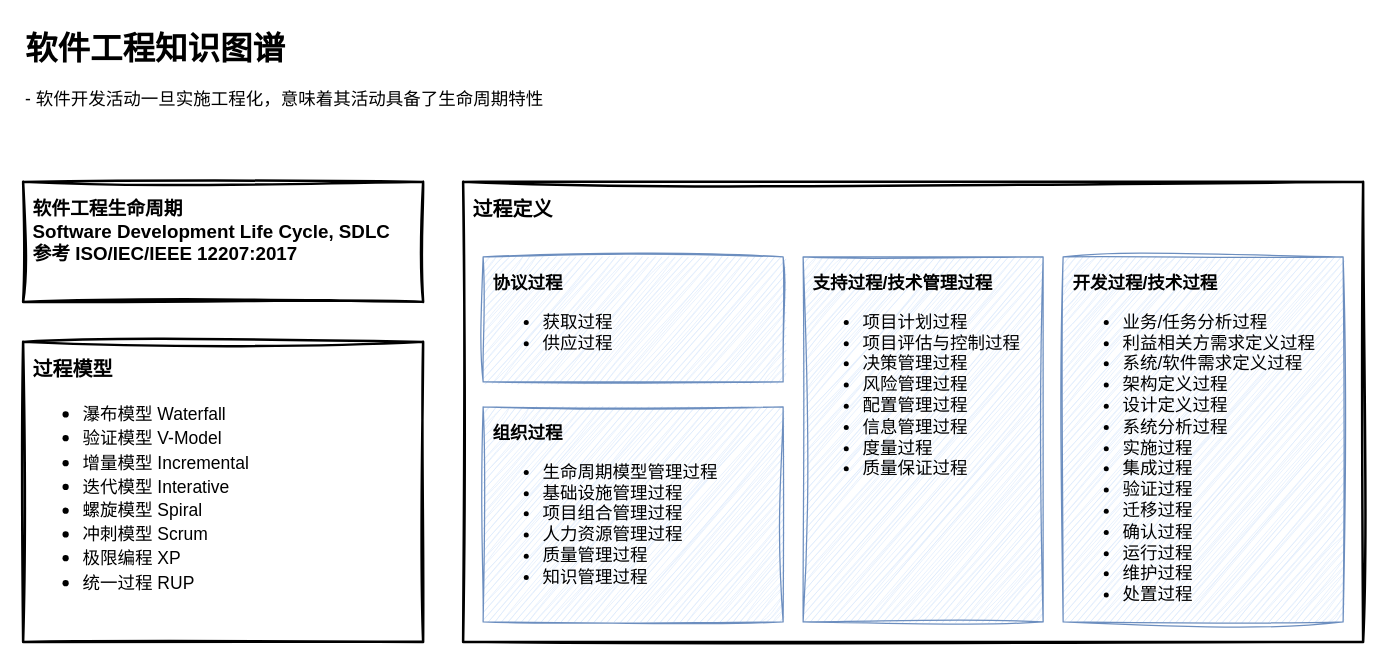
Above: page "202504301637" (3 of 5) of archive/202503141905.drawio in deathknight0718/foliage-note (draw.io), before the change. Source tidied: cells renumbered, new cells numbered last; positions are measured from the earlier drawing's top-left corner, leaving out a move shared by most shapes. Both pictures are drawn from the tidied source at 125%, with x=0, y=0 at pixel (22, 21).
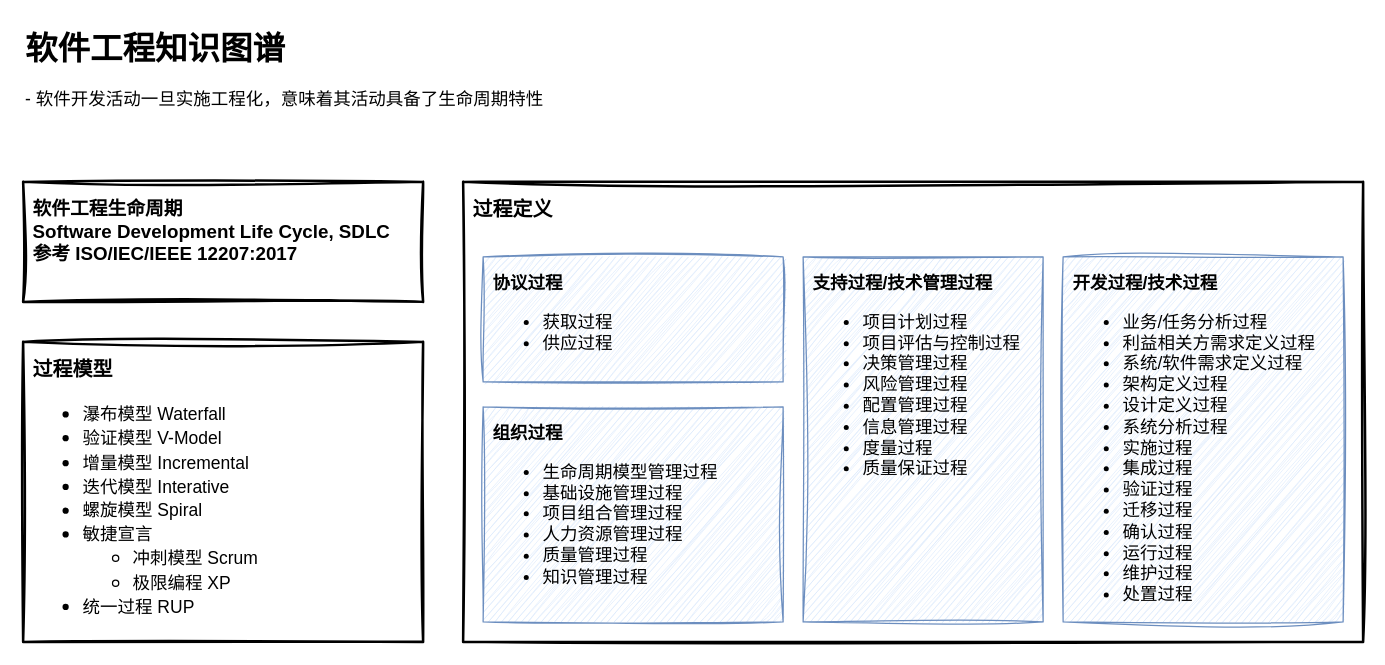
Above is the later version.

What changed in the source:
```diff
@@
 <mxGraphModel>
   <root>
     <mxCell id="0" />
     <mxCell id="1" parent="0" />
     <mxCell id="2" value="&lt;h1 style=&quot;margin-top: 0px;&quot;&gt;&lt;font style=&quot;font-size: 26px;&quot;&gt;软件工程知识图谱&lt;/font&gt;&lt;/h1&gt;&lt;p&gt;&lt;font style=&quot;font-size: 14px;&quot;&gt;- 软件开发活动一旦实施工程化，意味着其活动具备了生命周期特性&lt;/font&gt;&lt;/p&gt;" style="text;html=1;whiteSpace=wrap;overflow=hidden;rounded=0;fontFamily=Yozai;" parent="1" vertex="1">
       <mxGeometry width="576" height="96" as="geometry" />
     </mxCell>
     <mxCell id="3" value="软件工程生命周期&lt;div&gt;Software Development Life Cycle, SDLC&lt;br&gt;&lt;/div&gt;&lt;div&gt;参考 ISO/IEC/IEEE 12207:2017&lt;/div&gt;" style="rounded=0;whiteSpace=wrap;html=1;sketch=1;hachureGap=4;jiggle=2;curveFitting=1;fontFamily=Yozai;fontStyle=1;fontSize=15;spacing=8;strokeWidth=2;verticalAlign=top;align=left;" parent="1" vertex="1">
       <mxGeometry y="128" width="320" height="96" as="geometry" />
     </mxCell>
-    <mxCell id="4" value="过程模型&lt;div&gt;&lt;ul&gt;&lt;li&gt;&lt;span style=&quot;font-weight: normal;&quot;&gt;&lt;font style=&quot;font-size: 14px;&quot;&gt;瀑布模型 Waterfall&lt;/font&gt;&lt;/span&gt;&lt;/li&gt;&lt;li&gt;&lt;span style=&quot;font-weight: normal;&quot;&gt;&lt;font style=&quot;font-size: 14px;&quot;&gt;验证模型 V-Model&lt;/font&gt;&lt;/span&gt;&lt;/li&gt;&lt;li&gt;&lt;span style=&quot;font-weight: normal;&quot;&gt;&lt;font style=&quot;font-size: 14px;&quot;&gt;增量模型 Incremental&lt;/font&gt;&lt;/span&gt;&lt;/li&gt;&lt;li&gt;&lt;span style=&quot;font-weight: normal;&quot;&gt;&lt;font style=&quot;font-size: 14px;&quot;&gt;迭代模型 Interative&lt;/font&gt;&lt;/span&gt;&lt;/li&gt;&lt;li&gt;&lt;span style=&quot;font-weight: normal;&quot;&gt;&lt;font style=&quot;font-size: 14px;&quot;&gt;螺旋模型 Spiral&lt;/font&gt;&lt;/span&gt;&lt;/li&gt;&lt;li&gt;&lt;span style=&quot;font-weight: normal;&quot;&gt;&lt;font style=&quot;font-size: 14px;&quot;&gt;冲刺模型 Scrum&lt;/font&gt;&lt;/span&gt;&lt;/li&gt;&lt;li&gt;&lt;span style=&quot;font-weight: normal;&quot;&gt;&lt;font style=&quot;font-size: 14px;&quot;&gt;极限编程 XP&lt;/font&gt;&lt;/span&gt;&lt;/li&gt;&lt;li&gt;&lt;span style=&quot;font-weight: normal;&quot;&gt;&lt;font style=&quot;font-size: 14px;&quot;&gt;统一过程 RUP&lt;/font&gt;&lt;/span&gt;&lt;/li&gt;&lt;/ul&gt;&lt;/div&gt;" style="rounded=0;whiteSpace=wrap;html=1;sketch=1;hachureGap=4;jiggle=2;curveFitting=1;fontFamily=Yozai;fontStyle=1;fontSize=16;spacing=8;align=left;verticalAlign=top;strokeWidth=2;" parent="1" vertex="1">
+    <mxCell id="4" value="过程模型&lt;div&gt;&lt;ul&gt;&lt;li&gt;&lt;span style=&quot;font-weight: normal;&quot;&gt;&lt;font style=&quot;font-size: 14px;&quot;&gt;瀑布模型 Waterfall&lt;/font&gt;&lt;/span&gt;&lt;/li&gt;&lt;li&gt;&lt;span style=&quot;font-weight: normal;&quot;&gt;&lt;font style=&quot;font-size: 14px;&quot;&gt;验证模型 V-Model&lt;/font&gt;&lt;/span&gt;&lt;/li&gt;&lt;li&gt;&lt;span style=&quot;font-weight: normal;&quot;&gt;&lt;font style=&quot;font-size: 14px;&quot;&gt;增量模型 Incremental&lt;/font&gt;&lt;/span&gt;&lt;/li&gt;&lt;li&gt;&lt;span style=&quot;font-weight: normal;&quot;&gt;&lt;font style=&quot;font-size: 14px;&quot;&gt;迭代模型 Interative&lt;/font&gt;&lt;/span&gt;&lt;/li&gt;&lt;li&gt;&lt;span style=&quot;font-weight: normal;&quot;&gt;&lt;font style=&quot;font-size: 14px;&quot;&gt;螺旋模型 Spiral&lt;/font&gt;&lt;/span&gt;&lt;/li&gt;&lt;li&gt;&lt;span style=&quot;font-weight: normal;&quot;&gt;&lt;font style=&quot;font-size: 14px;&quot;&gt;敏捷宣言&lt;/font&gt;&lt;/span&gt;&lt;/li&gt;&lt;ul&gt;&lt;li&gt;&lt;span style=&quot;font-weight: normal;&quot;&gt;&lt;font style=&quot;font-size: 14px;&quot;&gt;冲刺模型 Scrum&lt;/font&gt;&lt;/span&gt;&lt;/li&gt;&lt;li&gt;&lt;span style=&quot;font-weight: normal;&quot;&gt;&lt;font style=&quot;font-size: 14px;&quot;&gt;极限编程 XP&lt;/font&gt;&lt;/span&gt;&lt;/li&gt;&lt;/ul&gt;&lt;li&gt;&lt;span style=&quot;font-weight: normal;&quot;&gt;&lt;font style=&quot;font-size: 14px;&quot;&gt;统一过程 RUP&lt;/font&gt;&lt;/span&gt;&lt;/li&gt;&lt;/ul&gt;&lt;/div&gt;" style="rounded=0;whiteSpace=wrap;html=1;sketch=1;hachureGap=4;jiggle=2;curveFitting=1;fontFamily=Yozai;fontStyle=1;fontSize=16;spacing=8;align=left;verticalAlign=top;strokeWidth=2;" parent="1" vertex="1">
       <mxGeometry y="256" width="320" height="240" as="geometry" />
     </mxCell>
     <mxCell id="5" style="group;" parent="1" vertex="1">
       <mxGeometry x="352" y="128" width="720" height="368" as="geometry" />
     </mxCell>
     <mxCell id="6" value="&lt;font style=&quot;font-size: 16px;&quot;&gt;过程定义&lt;/font&gt;" style="rounded=0;whiteSpace=wrap;html=1;sketch=1;hachureGap=4;jiggle=2;curveFitting=1;fontFamily=Yozai;fontStyle=1;fontSize=14;spacing=8;align=left;spacingLeft=0;verticalAlign=top;strokeWidth=2;" parent="5" vertex="1">
       <mxGeometry width="720" height="368" as="geometry" />
     </mxCell>
     <mxCell id="7" value="协议过程&lt;div&gt;&lt;ul&gt;&lt;li&gt;&lt;span style=&quot;background-color: initial; font-weight: normal;&quot;&gt;获取过程&lt;/span&gt;&lt;/li&gt;&lt;li&gt;&lt;span style=&quot;font-weight: normal;&quot;&gt;供应过程&lt;/span&gt;&lt;/li&gt;&lt;/ul&gt;&lt;/div&gt;" style="rounded=0;whiteSpace=wrap;html=1;sketch=1;hachureGap=4;jiggle=2;curveFitting=1;fontFamily=Yozai;fontStyle=1;fontSize=14;spacing=8;align=left;spacingLeft=0;verticalAlign=top;fillColor=#dae8fc;strokeColor=#6c8ebf;" parent="5" vertex="1">
       <mxGeometry x="16" y="60" width="240" height="100" as="geometry" />
     </mxCell>
     <mxCell id="8" value="组织过程&lt;div&gt;&lt;ul&gt;&lt;li&gt;&lt;span style=&quot;font-weight: normal;&quot;&gt;生命周期模型管理过程&lt;/span&gt;&lt;/li&gt;&lt;li&gt;&lt;span style=&quot;font-weight: normal;&quot;&gt;基础设施管理过程&lt;/span&gt;&lt;/li&gt;&lt;li&gt;&lt;span style=&quot;font-weight: normal;&quot;&gt;项目组合管理过程&lt;/span&gt;&lt;/li&gt;&lt;li&gt;&lt;span style=&quot;font-weight: normal;&quot;&gt;人力资源管理过程&lt;/span&gt;&lt;/li&gt;&lt;li&gt;&lt;span style=&quot;font-weight: normal;&quot;&gt;质量管理过程&lt;/span&gt;&lt;/li&gt;&lt;li&gt;&lt;span style=&quot;font-weight: normal;&quot;&gt;知识管理过程&lt;/span&gt;&lt;/li&gt;&lt;/ul&gt;&lt;/div&gt;" style="rounded=0;whiteSpace=wrap;html=1;sketch=1;hachureGap=4;jiggle=2;curveFitting=1;fontFamily=Yozai;fontStyle=1;fontSize=14;spacing=8;align=left;verticalAlign=top;fillColor=#dae8fc;strokeColor=#6c8ebf;" parent="5" vertex="1">
       <mxGeometry x="16" y="180" width="240" height="172" as="geometry" />
     </mxCell>
     <mxCell id="9" value="开发过程/技术过程&lt;div&gt;&lt;ul&gt;&lt;li&gt;&lt;span style=&quot;font-weight: normal;&quot;&gt;业务/任务分析过程&lt;/span&gt;&lt;/li&gt;&lt;li&gt;&lt;span style=&quot;font-weight: normal;&quot;&gt;利益相关方需求定义过程&lt;/span&gt;&lt;/li&gt;&lt;li&gt;&lt;span style=&quot;font-weight: normal;&quot;&gt;系统/软件需求定义过程&lt;/span&gt;&lt;/li&gt;&lt;li&gt;&lt;span style=&quot;font-weight: normal;&quot;&gt;架构定义过程&lt;/span&gt;&lt;/li&gt;&lt;li&gt;&lt;span style=&quot;font-weight: normal;&quot;&gt;设计定义过程&lt;/span&gt;&lt;/li&gt;&lt;li&gt;&lt;span style=&quot;font-weight: normal;&quot;&gt;系统分析过程&lt;/span&gt;&lt;/li&gt;&lt;li&gt;&lt;span style=&quot;font-weight: normal;&quot;&gt;实施过程&lt;/span&gt;&lt;/li&gt;&lt;li&gt;&lt;span style=&quot;font-weight: normal;&quot;&gt;集成过程&lt;/span&gt;&lt;/li&gt;&lt;li&gt;&lt;span style=&quot;font-weight: normal;&quot;&gt;验证过程&lt;/span&gt;&lt;/li&gt;&lt;li&gt;&lt;span style=&quot;font-weight: normal;&quot;&gt;迁移过程&lt;/span&gt;&lt;/li&gt;&lt;li&gt;&lt;span style=&quot;font-weight: normal;&quot;&gt;确认过程&lt;/span&gt;&lt;/li&gt;&lt;li&gt;&lt;span style=&quot;font-weight: normal;&quot;&gt;运行过程&lt;/span&gt;&lt;/li&gt;&lt;li&gt;&lt;span style=&quot;font-weight: normal;&quot;&gt;维护过程&lt;/span&gt;&lt;/li&gt;&lt;li&gt;&lt;span style=&quot;font-weight: normal;&quot;&gt;处置过程&lt;/span&gt;&lt;/li&gt;&lt;/ul&gt;&lt;/div&gt;" style="rounded=0;whiteSpace=wrap;html=1;sketch=1;hachureGap=4;jiggle=2;curveFitting=1;fontFamily=Yozai;fontStyle=1;fontSize=14;spacing=8;verticalAlign=top;align=left;fillColor=#dae8fc;strokeColor=#6c8ebf;" parent="5" vertex="1">
       <mxGeometry x="480" y="60" width="224" height="292" as="geometry" />
     </mxCell>
     <mxCell id="10" value="支持过程/技术管理过程&lt;div&gt;&lt;ul&gt;&lt;li&gt;&lt;span style=&quot;font-weight: normal;&quot;&gt;项目计划过程&lt;/span&gt;&lt;/li&gt;&lt;li&gt;&lt;span style=&quot;font-weight: normal;&quot;&gt;项目评估与控制过程&lt;/span&gt;&lt;/li&gt;&lt;li&gt;&lt;span style=&quot;font-weight: normal;&quot;&gt;决策管理过程&lt;/span&gt;&lt;/li&gt;&lt;li&gt;&lt;span style=&quot;font-weight: normal;&quot;&gt;风险管理过程&lt;/span&gt;&lt;/li&gt;&lt;li&gt;&lt;span style=&quot;font-weight: normal;&quot;&gt;配置管理过程&lt;/span&gt;&lt;/li&gt;&lt;li&gt;&lt;span style=&quot;font-weight: normal;&quot;&gt;信息管理过程&lt;/span&gt;&lt;/li&gt;&lt;li&gt;&lt;span style=&quot;font-weight: normal;&quot;&gt;度量过程&lt;/span&gt;&lt;/li&gt;&lt;li&gt;&lt;span style=&quot;font-weight: normal;&quot;&gt;质量保证过程&lt;/span&gt;&lt;/li&gt;&lt;/ul&gt;&lt;/div&gt;" style="rounded=0;whiteSpace=wrap;html=1;sketch=1;hachureGap=4;jiggle=2;curveFitting=1;fontFamily=Yozai;fontStyle=1;fontSize=14;spacing=8;align=left;verticalAlign=top;fillColor=#dae8fc;strokeColor=#6c8ebf;" parent="5" vertex="1">
       <mxGeometry x="272" y="60" width="192" height="292" as="geometry" />
     </mxCell>
   </root>
 </mxGraphModel>
```
